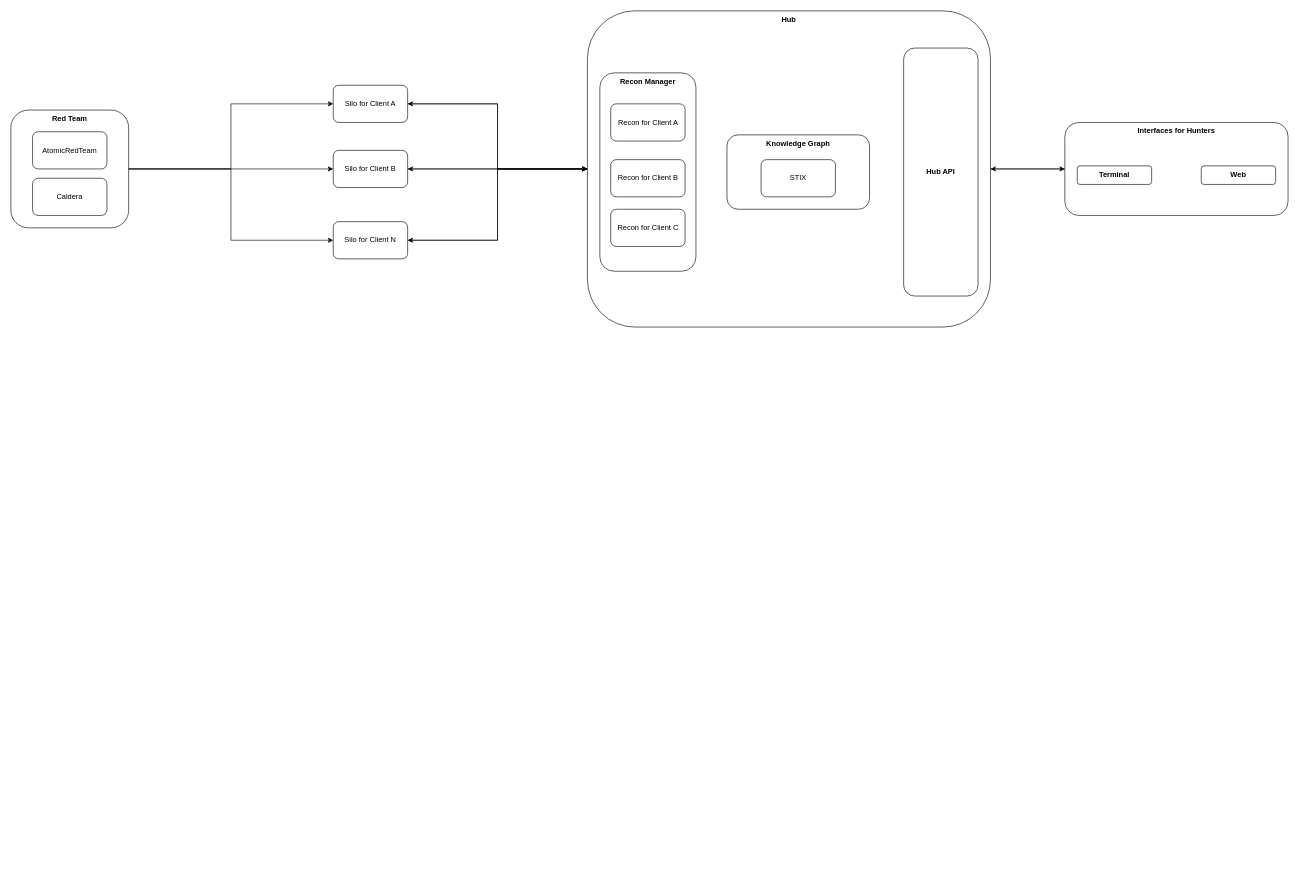
Before: threathunter.drawio in endepointe/threathunter, a draw.io diagram. Source tidied: cells renumbered, new cells numbered last; positions are measured from the earlier drawing's top-left corner, leaving out a move shared by most shapes. Both pictures are drawn from the tidied source at 62%, with x=0, y=0 at pixel (11, 11).
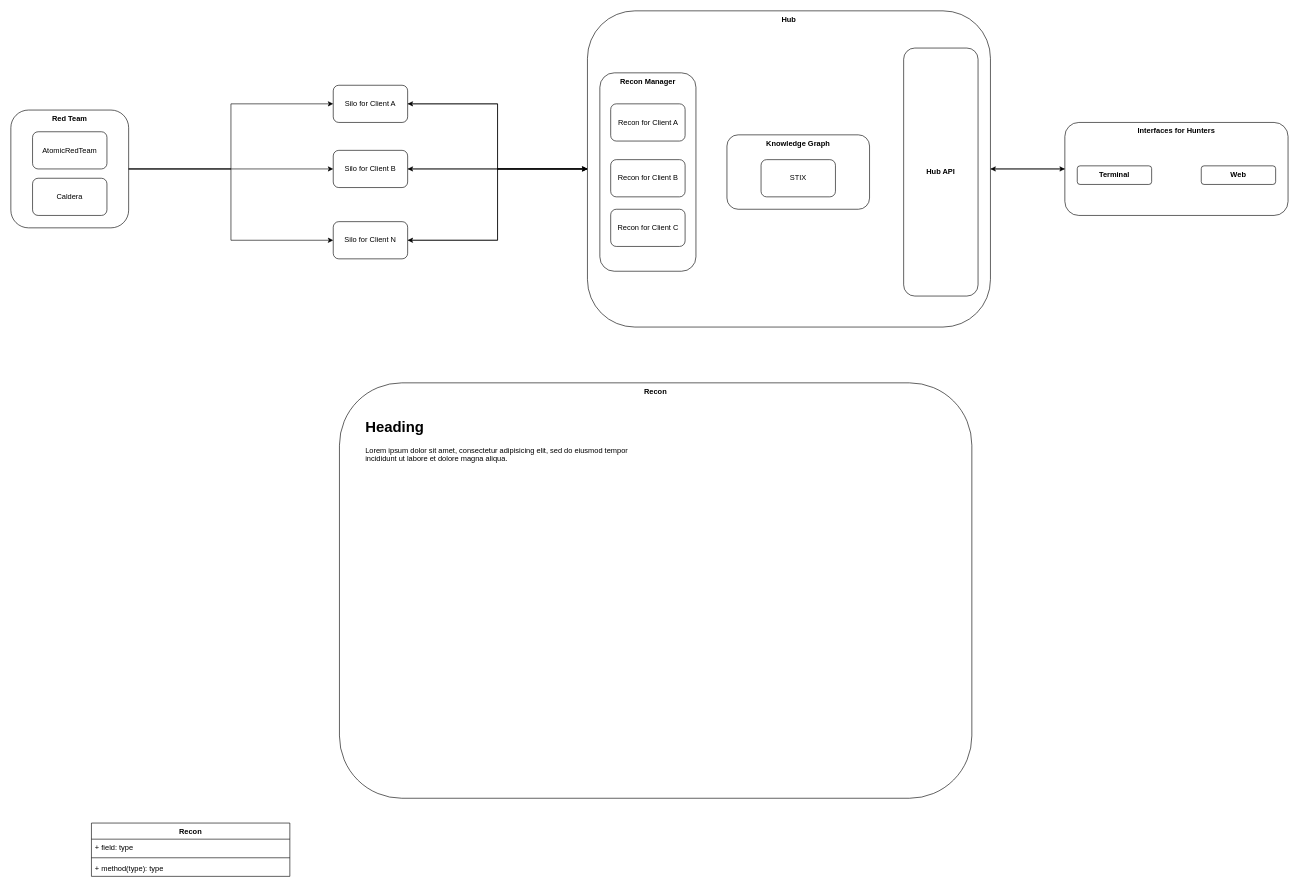
Above is the later version.

Change to the diagram source:
```diff
@@
+    <mxCell id="34" value="Recon" style="swimlane;fontStyle=1;align=center;verticalAlign=top;horizontal=1;startSize=26;whiteSpace=wrap;html=1;" parent="1" vertex="1">
+      <mxGeometry x="130" y="1310" width="320" height="86" as="geometry" />
+    </mxCell>
+    <mxCell id="35" value="+ field: type" style="text;strokeColor=none;fillColor=none;align=left;verticalAlign=top;spacingLeft=4;spacingRight=4;overflow=hidden;whiteSpace=wrap;html=1;" parent="34" vertex="1">
+      <mxGeometry y="26" width="320" height="26" as="geometry" />
+    </mxCell>
+    <mxCell id="36" style="line;strokeWidth=1;fillColor=none;align=left;verticalAlign=middle;spacingTop=-1;spacingLeft=3;spacingRight=3;labelPosition=right;strokeColor=inherit;" parent="34" vertex="1">
+      <mxGeometry y="52" width="320" height="8" as="geometry" />
+    </mxCell>
+    <mxCell id="37" value="+ method(type): type" style="text;strokeColor=none;fillColor=none;align=left;verticalAlign=top;spacingLeft=4;spacingRight=4;overflow=hidden;whiteSpace=wrap;html=1;" parent="34" vertex="1">
+      <mxGeometry y="60" width="320" height="26" as="geometry" />
+    </mxCell>
+    <mxCell id="38" value="&lt;b&gt;Recon&lt;/b&gt;&lt;div&gt;&lt;b&gt;&lt;br&gt;&lt;/b&gt;&lt;/div&gt;" style="rounded=1;whiteSpace=wrap;html=1;verticalAlign=top;" parent="1" vertex="1">
+      <mxGeometry x="530" y="600" width="1020" height="670" as="geometry" />
+    </mxCell>
+    <mxCell id="39" value="&lt;h1 style=&quot;margin-top: 0px;&quot;&gt;Heading&lt;/h1&gt;&lt;p&gt;Lorem ipsum dolor sit amet, consectetur adipisicing elit, sed do eiusmod tempor incididunt ut labore et dolore magna aliqua.&lt;/p&gt;" style="text;html=1;whiteSpace=wrap;overflow=hidden;rounded=0;" parent="1" vertex="1">
+      <mxGeometry x="570" y="650" width="440" height="440" as="geometry" />
+    </mxCell>
```
